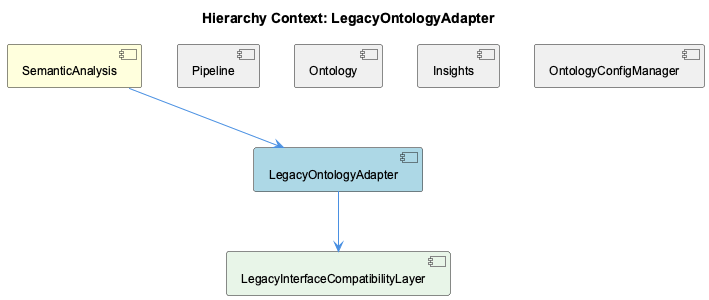
Earlier version of the PlantUML export knowledge-management/insights/images/legacy-ontology-adapter-relationship.png (fwornle/coding).
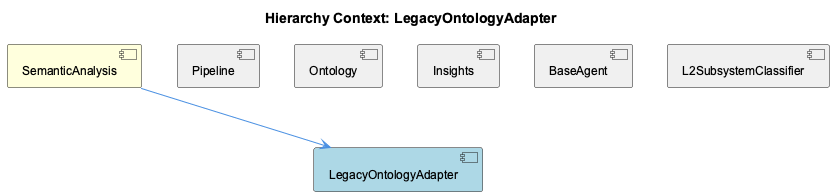
The same diagram one commit later.

The edit, as a diff of the source:
```diff
@@ -8,14 +8,14 @@
 [Pipeline] as pipeline #F0F0F0
 [Ontology] as ontology #F0F0F0
 [Insights] as insights #F0F0F0
-[OntologyConfigManager] as ontology_config_manager #F0F0F0
-[LegacyInterfaceCompatibilityLayer] as legacy_interface_compatibility_layer #E8F5E8
+[BaseAgent] as base_agent #F0F0F0
+[L2SubsystemClassifier] as l2_subsystem_classifier #F0F0F0
 
 semantic_analysis --> legacy_ontology_adapter
 pipeline -[hidden]- legacy_ontology_adapter
 ontology -[hidden]- legacy_ontology_adapter
 insights -[hidden]- legacy_ontology_adapter
-ontology_config_manager -[hidden]- legacy_ontology_adapter
-legacy_ontology_adapter --> legacy_interface_compatibility_layer
+base_agent -[hidden]- legacy_ontology_adapter
+l2_subsystem_classifier -[hidden]- legacy_ontology_adapter
 
 @enduml
```
